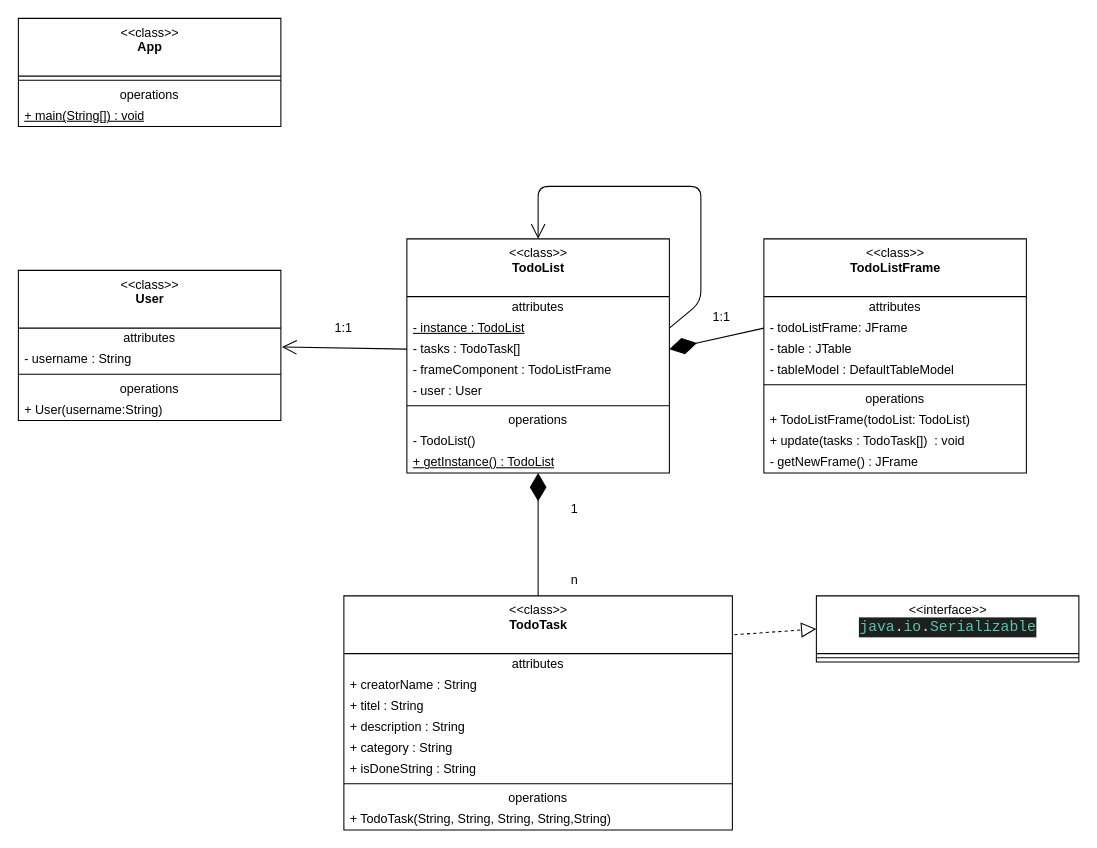
Before: class_diagram.drawio in cjanta/TodoList, a draw.io diagram. Source tidied: cells renumbered, new cells numbered last; positions are measured from the earlier drawing's top-left corner, leaving out a move shared by most shapes. Both pictures are drawn from the tidied source at 105%, with x=0, y=0 at pixel (18, 18).
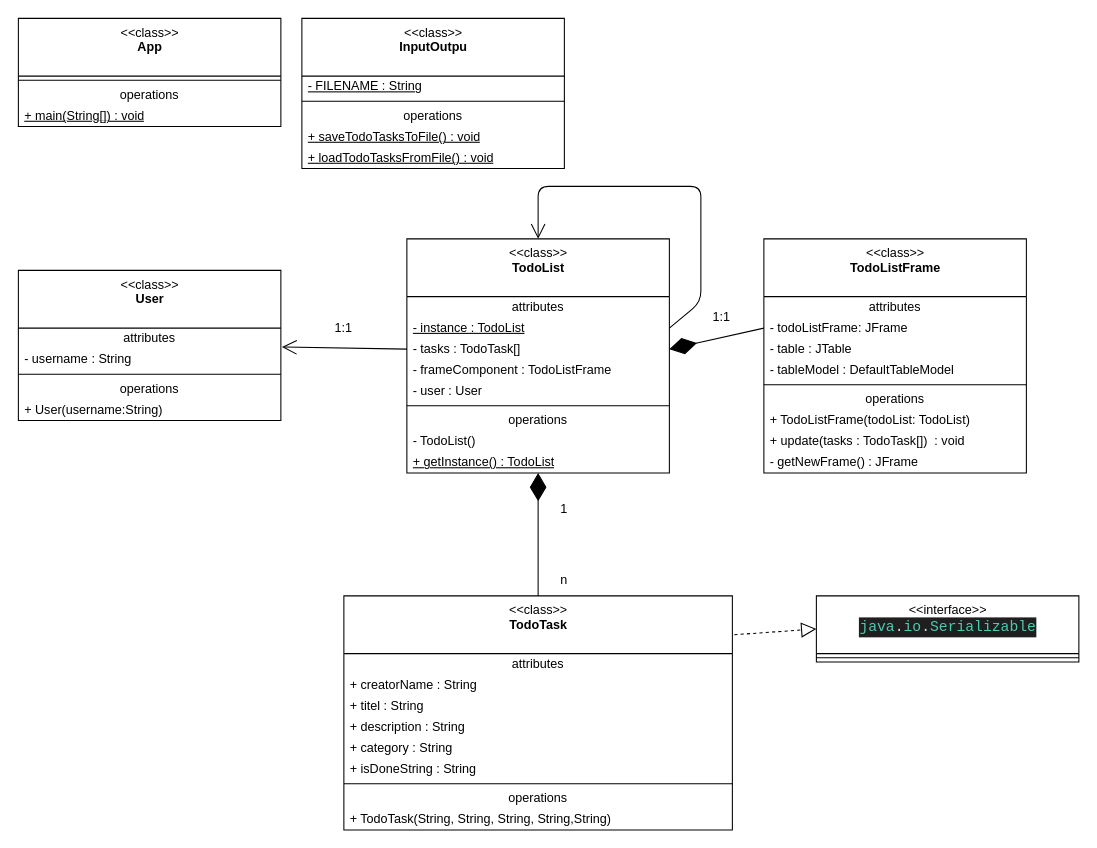
After the change.

Diff of the diagram source:
```diff
@@
     <mxCell id="43" value="1" style="text;html=1;strokeColor=none;fillColor=none;align=center;verticalAlign=middle;whiteSpace=wrap;rounded=0;" parent="1" vertex="1">
-      <mxGeometry x="500" y="453" width="60" height="30" as="geometry" />
+      <mxGeometry x="490" y="453" width="60" height="30" as="geometry" />
     </mxCell>
     <mxCell id="44" value="n" style="text;html=1;strokeColor=none;fillColor=none;align=center;verticalAlign=middle;whiteSpace=wrap;rounded=0;" parent="1" vertex="1">
-      <mxGeometry x="500" y="520" width="60" height="30" as="geometry" />
+      <mxGeometry x="490" y="520" width="60" height="30" as="geometry" />
     </mxCell>
@@
+    <mxCell id="53" value="&amp;lt;&amp;lt;class&amp;gt;&amp;gt;&lt;br&gt;&lt;b&gt;InputOutpu&lt;/b&gt;" style="swimlane;fontStyle=0;align=center;verticalAlign=top;horizontal=1;startSize=55;html=1;" parent="1" vertex="1">
+      <mxGeometry x="270" width="250" height="143" as="geometry" />
+    </mxCell>
+    <mxCell id="54" value="&lt;u&gt;- FILENAME : String&lt;/u&gt;" style="text;html=1;strokeColor=none;fillColor=none;align=left;verticalAlign=middle;spacingLeft=4;spacingRight=4;overflow=hidden;" parent="53" vertex="1">
+      <mxGeometry y="55" width="250" height="20" as="geometry" />
+    </mxCell>
+    <mxCell id="55" style="line;strokeWidth=1;fillColor=none;align=left;verticalAlign=middle;spacingTop=-1;spacingLeft=3;spacingRight=3;labelPosition=right;" parent="53" vertex="1">
+      <mxGeometry y="75" width="250" height="8" as="geometry" />
+    </mxCell>
+    <mxCell id="56" value="operations" style="text;html=1;strokeColor=none;fillColor=none;align=center;verticalAlign=middle;spacingLeft=4;spacingRight=4;overflow=hidden;" parent="53" vertex="1">
+      <mxGeometry y="83" width="250" height="20" as="geometry" />
+    </mxCell>
+    <mxCell id="57" value="&lt;u&gt;+ saveTodoTasksToFile() : void&lt;br&gt;&lt;/u&gt;" style="text;html=1;strokeColor=none;fillColor=none;align=left;verticalAlign=middle;spacingLeft=4;spacingRight=4;overflow=hidden;" parent="53" vertex="1">
+      <mxGeometry y="103" width="250" height="20" as="geometry" />
+    </mxCell>
+    <mxCell id="58" value="&lt;u&gt;+ loadTodoTasksFromFile() : void&lt;br&gt;&lt;/u&gt;" style="text;html=1;strokeColor=none;fillColor=none;align=left;verticalAlign=middle;spacingLeft=4;spacingRight=4;overflow=hidden;" parent="53" vertex="1">
+      <mxGeometry y="123" width="250" height="20" as="geometry" />
+    </mxCell>
```
